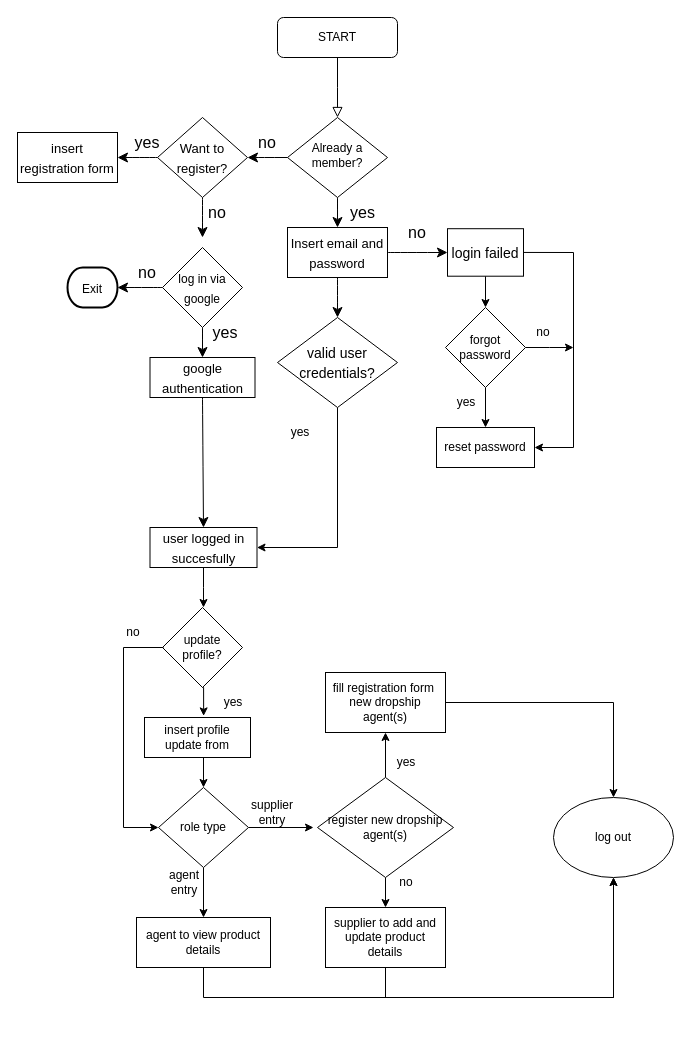
Earlier version of the draw.io diagram page "m1" (1 of 4) of Untitled Diagram.drawio (daus7768/desktop-tutorial). Source tidied: cells renumbered, new cells numbered last; positions are measured from the earlier drawing's top-left corner, leaving out a move shared by most shapes. Both pictures are drawn from the tidied source at 100%, with x=0, y=0 at pixel (17, 17).
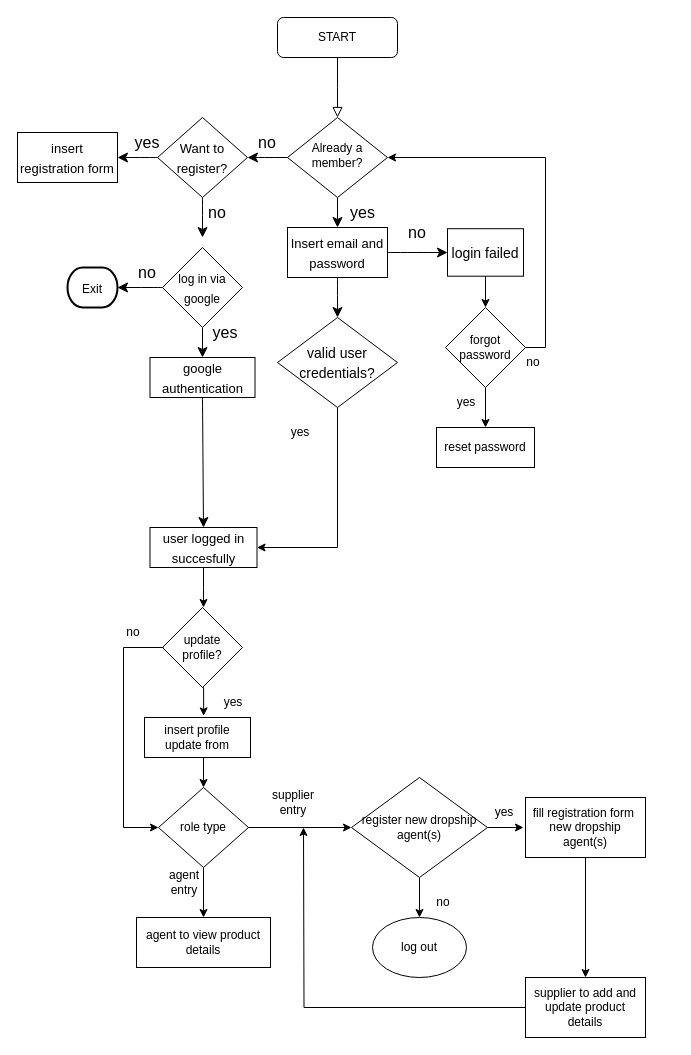
The same diagram, later.

Unchanged cells that the change refers to:
```xml
<mxCell id="5" value="Already a member?" style="rhombus;whiteSpace=wrap;html=1;shadow=0;fontFamily=Helvetica;fontSize=12;align=center;strokeWidth=1;spacing=6;spacingTop=-4;" parent="1" vertex="1">
  <mxGeometry x="270" y="100" width="100" height="80" as="geometry" />
</mxCell>
<mxCell id="31" value="&lt;font style=&quot;font-size: 14px;&quot;&gt;login failed&lt;/font&gt;" style="rounded=0;whiteSpace=wrap;html=1;fontSize=16;" parent="1" vertex="1">
  <mxGeometry x="430" y="211.2" width="76" height="47.5" as="geometry" />
</mxCell>
<mxCell id="38" value="forgot password" style="rhombus;whiteSpace=wrap;html=1;" parent="1" vertex="1">
  <mxGeometry x="428" y="290" width="80" height="80" as="geometry" />
</mxCell>
<mxCell id="39" value="reset password" style="rounded=0;whiteSpace=wrap;html=1;" parent="1" vertex="1">
  <mxGeometry x="419" y="410" width="98" height="40" as="geometry" />
</mxCell>
<mxCell id="50" value="role type" style="rhombus;whiteSpace=wrap;html=1;" parent="1" vertex="1">
  <mxGeometry x="141" y="770" width="90" height="80" as="geometry" />
</mxCell>
<mxCell id="52" value="agent to view product details" style="rounded=0;whiteSpace=wrap;html=1;" parent="1" vertex="1">
  <mxGeometry x="119" y="900" width="134" height="50" as="geometry" />
</mxCell>
```

The edit, as a diff of the source:
```diff
@@
-    <mxCell id="30" style="edgeStyle=orthogonalEdgeStyle;rounded=0;jettySize=auto;html=1;exitX=1;exitY=0.5;exitDx=0;exitDy=0;entryX=1;entryY=0.5;entryDx=0;entryDy=0;" parent="1" edge="1" source="31" target="39">
-      <mxGeometry relative="1" as="geometry">
-        <Array as="points">
-          <mxPoint x="556" y="235" />
-          <mxPoint x="556" y="430" />
-        </Array>
-      </mxGeometry>
-    </mxCell>
@@
-    <mxCell id="37" style="edgeStyle=orthogonalEdgeStyle;rounded=0;jettySize=auto;html=1;exitX=1;exitY=0.5;exitDx=0;exitDy=0;" parent="1" edge="1" source="38">
-      <mxGeometry relative="1" as="geometry">
-        <mxPoint x="556" y="330" as="targetPoint" />
-      </mxGeometry>
-    </mxCell>
+    <mxCell id="66" style="edgeStyle=orthogonalEdgeStyle;rounded=0;jettySize=auto;html=1;exitX=1;exitY=0.5;exitDx=0;exitDy=0;entryX=1;entryY=0.5;entryDx=0;entryDy=0;" parent="1" edge="1" source="38" target="5">
+      <mxGeometry relative="1" as="geometry" />
+    </mxCell>
@@
-    <mxCell id="41" value="no" style="text;html=1;strokeColor=none;fillColor=none;align=center;verticalAlign=middle;whiteSpace=wrap;rounded=0;" parent="1" vertex="1">
-      <mxGeometry x="496" y="300" width="60" height="30" as="geometry" />
-    </mxCell>
@@
-    <mxCell id="48" style="edgeStyle=orthogonalEdgeStyle;rounded=0;jettySize=auto;html=1;exitX=1;exitY=0.5;exitDx=0;exitDy=0;" parent="1" edge="1" source="50">
-      <mxGeometry relative="1" as="geometry">
-        <mxPoint x="296" y="810" as="targetPoint" />
-      </mxGeometry>
+    <mxCell id="48" style="edgeStyle=orthogonalEdgeStyle;rounded=0;jettySize=auto;html=1;exitX=1;exitY=0.5;exitDx=0;exitDy=0;entryX=0;entryY=0.5;entryDx=0;entryDy=0;" parent="1" edge="1" source="50" target="58">
+      <mxGeometry relative="1" as="geometry" />
     </mxCell>
@@
-    <mxCell id="51" style="edgeStyle=orthogonalEdgeStyle;rounded=0;jettySize=auto;html=1;exitX=0.5;exitY=1;exitDx=0;exitDy=0;entryX=0.5;entryY=1;entryDx=0;entryDy=0;" parent="1" edge="1" source="52" target="65">
-      <mxGeometry relative="1" as="geometry">
-        <Array as="points">
-          <mxPoint x="186" y="980" />
-          <mxPoint x="596" y="980" />
-        </Array>
-      </mxGeometry>
-    </mxCell>
@@
     <mxCell id="54" value="supplier entry" style="text;html=1;strokeColor=none;fillColor=none;align=center;verticalAlign=middle;whiteSpace=wrap;rounded=0;" parent="1" vertex="1">
-      <mxGeometry x="225" y="780" width="60" height="30" as="geometry" />
+      <mxGeometry x="246" y="770" width="60" height="30" as="geometry" />
     </mxCell>
@@
-    <mxCell id="56" style="edgeStyle=orthogonalEdgeStyle;rounded=0;jettySize=auto;html=1;exitX=0.5;exitY=0;exitDx=0;exitDy=0;entryX=0.5;entryY=1;entryDx=0;entryDy=0;" parent="1" edge="1" source="58" target="60">
-      <mxGeometry relative="1" as="geometry" />
-    </mxCell>
-    <mxCell id="57" style="edgeStyle=orthogonalEdgeStyle;rounded=0;jettySize=auto;html=1;exitX=0.5;exitY=1;exitDx=0;exitDy=0;" parent="1" edge="1" source="58">
-      <mxGeometry relative="1" as="geometry">
-        <mxPoint x="368" y="890" as="targetPoint" />
-      </mxGeometry>
-    </mxCell>
+    <mxCell id="67" style="edgeStyle=orthogonalEdgeStyle;rounded=0;jettySize=auto;html=1;exitX=1;exitY=0.5;exitDx=0;exitDy=0;" parent="1" edge="1" source="58">
+      <mxGeometry relative="1" as="geometry">
+        <mxPoint x="506" y="810" as="targetPoint" />
+      </mxGeometry>
+    </mxCell>
+    <mxCell id="68" style="edgeStyle=orthogonalEdgeStyle;rounded=0;jettySize=auto;html=1;exitX=0.5;exitY=1;exitDx=0;exitDy=0;entryX=0.5;entryY=0;entryDx=0;entryDy=0;" parent="1" edge="1" source="58" target="65">
+      <mxGeometry relative="1" as="geometry" />
+    </mxCell>
     <mxCell id="58" value="register new dropship agent(s)" style="rhombus;whiteSpace=wrap;html=1;" parent="1" vertex="1">
-      <mxGeometry x="300" y="760" width="136" height="100" as="geometry" />
+      <mxGeometry x="334" y="760" width="136" height="100" as="geometry" />
     </mxCell>
-    <mxCell id="59" style="edgeStyle=orthogonalEdgeStyle;rounded=0;jettySize=auto;html=1;exitX=1;exitY=0.5;exitDx=0;exitDy=0;entryX=0.5;entryY=0;entryDx=0;entryDy=0;" parent="1" edge="1" source="60" target="65">
-      <mxGeometry relative="1" as="geometry" />
-    </mxCell>
+    <mxCell id="69" style="edgeStyle=orthogonalEdgeStyle;rounded=0;jettySize=auto;html=1;exitX=0.5;exitY=1;exitDx=0;exitDy=0;entryX=0.5;entryY=0;entryDx=0;entryDy=0;" parent="1" edge="1" source="60" target="63">
+      <mxGeometry relative="1" as="geometry" />
+    </mxCell>
     <mxCell id="60" value="fill registration form&amp;nbsp; new dropship agent(s)" style="rounded=0;whiteSpace=wrap;html=1;" parent="1" vertex="1">
-      <mxGeometry x="308" y="655" width="120" height="60" as="geometry" />
+      <mxGeometry x="508" y="780" width="120" height="60" as="geometry" />
     </mxCell>
+    <mxCell id="70" style="edgeStyle=orthogonalEdgeStyle;rounded=0;jettySize=auto;html=1;exitX=0;exitY=0.5;exitDx=0;exitDy=0;" parent="1" edge="1" source="63">
+      <mxGeometry relative="1" as="geometry">
+        <mxPoint x="286" y="810" as="targetPoint" />
+      </mxGeometry>
+    </mxCell>
+    <mxCell id="63" value="supplier to add and update product details" style="rounded=0;whiteSpace=wrap;html=1;" parent="1" vertex="1">
+      <mxGeometry x="508" y="960" width="120" height="60" as="geometry" />
+    </mxCell>
+    <mxCell id="65" value="log out" style="ellipse;whiteSpace=wrap;html=1;" parent="1" vertex="1">
+      <mxGeometry x="355" y="900" width="94" height="60" as="geometry" />
+    </mxCell>
+    <mxCell id="71" value="no" style="text;html=1;strokeColor=none;fillColor=none;align=center;verticalAlign=middle;whiteSpace=wrap;rounded=0;" parent="1" vertex="1">
+      <mxGeometry x="486" y="330" width="60" height="30" as="geometry" />
+    </mxCell>
+    <mxCell id="72" value="no" style="text;html=1;strokeColor=none;fillColor=none;align=center;verticalAlign=middle;whiteSpace=wrap;rounded=0;" parent="1" vertex="1">
+      <mxGeometry x="396" y="870" width="60" height="30" as="geometry" />
+    </mxCell>
     <mxCell id="61" value="yes" style="text;html=1;strokeColor=none;fillColor=none;align=center;verticalAlign=middle;whiteSpace=wrap;rounded=0;" parent="1" vertex="1">
-      <mxGeometry x="359" y="730" width="60" height="30" as="geometry" />
+      <mxGeometry x="457" y="780" width="60" height="30" as="geometry" />
     </mxCell>
-    <mxCell id="62" style="edgeStyle=orthogonalEdgeStyle;rounded=0;jettySize=auto;html=1;exitX=0.5;exitY=1;exitDx=0;exitDy=0;entryX=0.5;entryY=1;entryDx=0;entryDy=0;" parent="1" edge="1" source="63" target="65">
-      <mxGeometry relative="1" as="geometry">
-        <Array as="points">
-          <mxPoint x="368" y="980" />
-          <mxPoint x="596" y="980" />
-        </Array>
-      </mxGeometry>
-    </mxCell>
-    <mxCell id="63" value="supplier to add and update product details" style="rounded=0;whiteSpace=wrap;html=1;" parent="1" vertex="1">
-      <mxGeometry x="308" y="890" width="120" height="60" as="geometry" />
-    </mxCell>
-    <mxCell id="64" value="no" style="text;html=1;strokeColor=none;fillColor=none;align=center;verticalAlign=middle;whiteSpace=wrap;rounded=0;" parent="1" vertex="1">
-      <mxGeometry x="359" y="850" width="60" height="30" as="geometry" />
-    </mxCell>
-    <mxCell id="65" value="log out" style="ellipse;whiteSpace=wrap;html=1;" parent="1" vertex="1">
-      <mxGeometry x="536" y="780" width="120" height="80" as="geometry" />
-    </mxCell>
```
